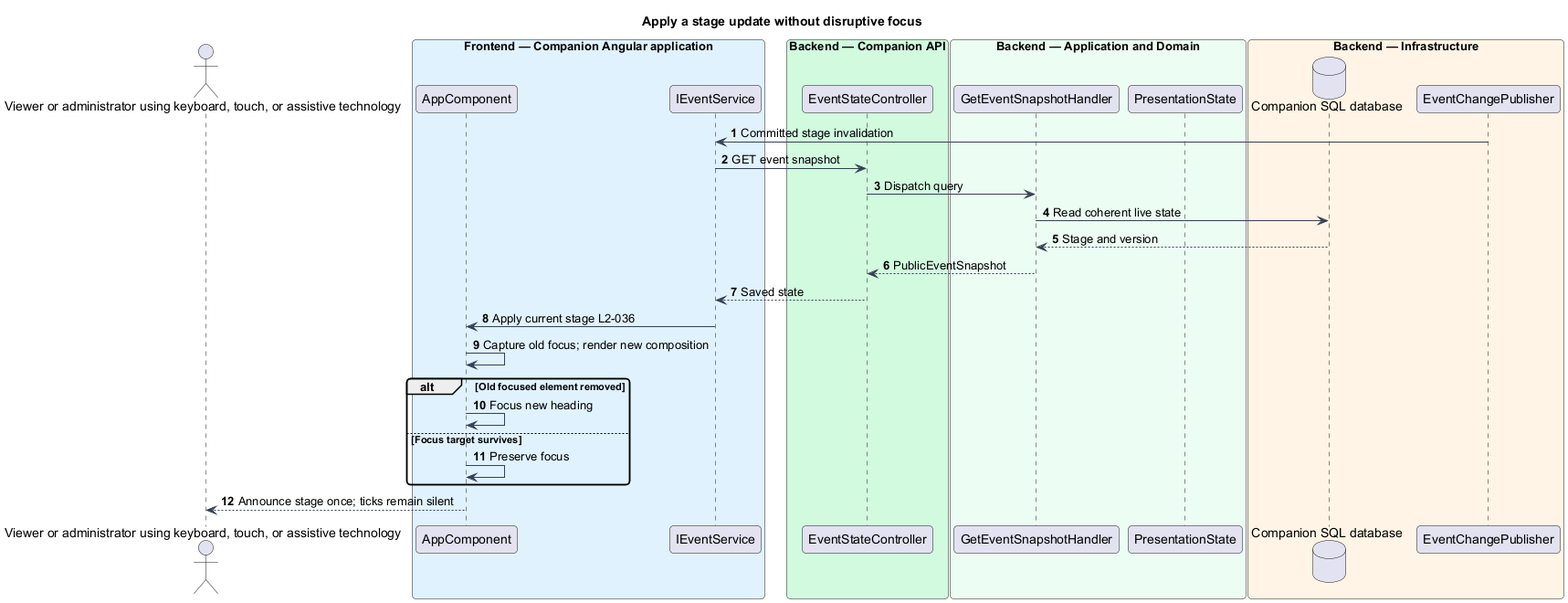
QuinntyneBrown/faithtech-toronto-ai-build-event keeps this PlantUML diagram as docs/detailed-designs/experience/support-accessible-interaction/diagrams/sequence-focus.png. Above is the earlier version.
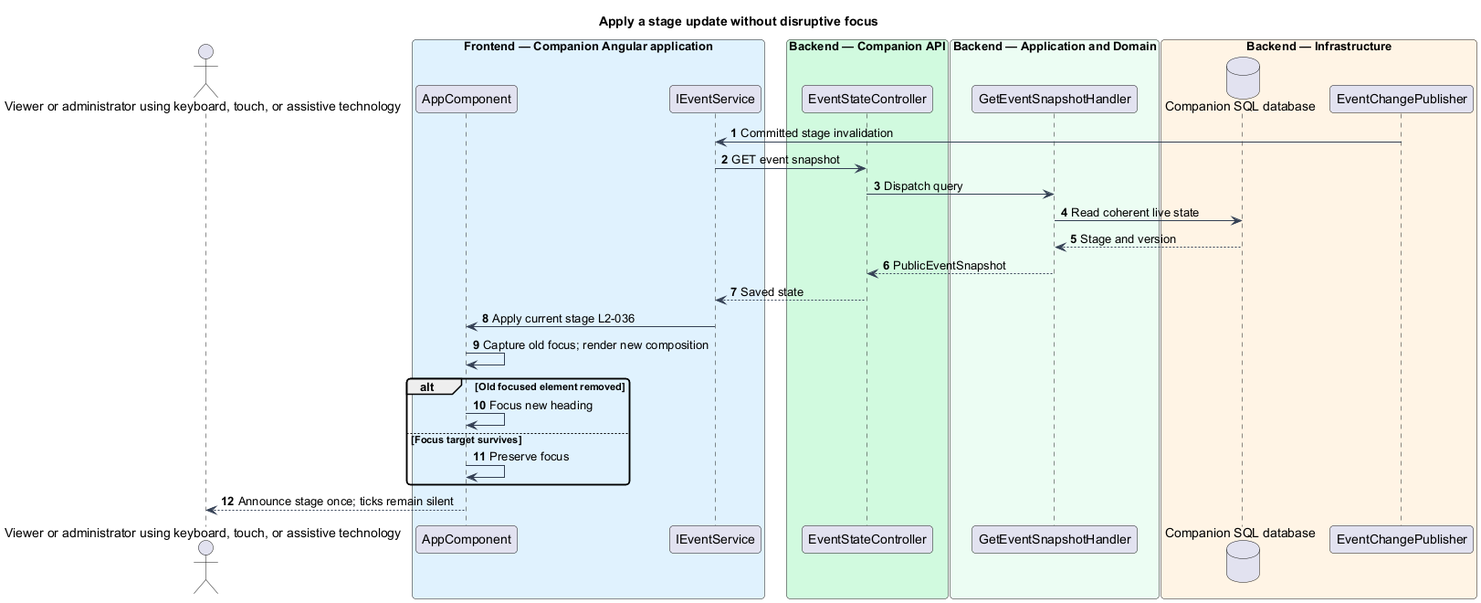
The same diagram one commit later.

Diff of the diagram source:
```diff
@@ -16,7 +16,6 @@
 end box
 box "Backend — Application and Domain" #ECFDF3
 participant "GetEventSnapshotHandler" as handler
-participant "PresentationState" as entity
 end box
 box "Backend — Infrastructure" #FFF4E5
 database "Companion SQL database" as db
```
